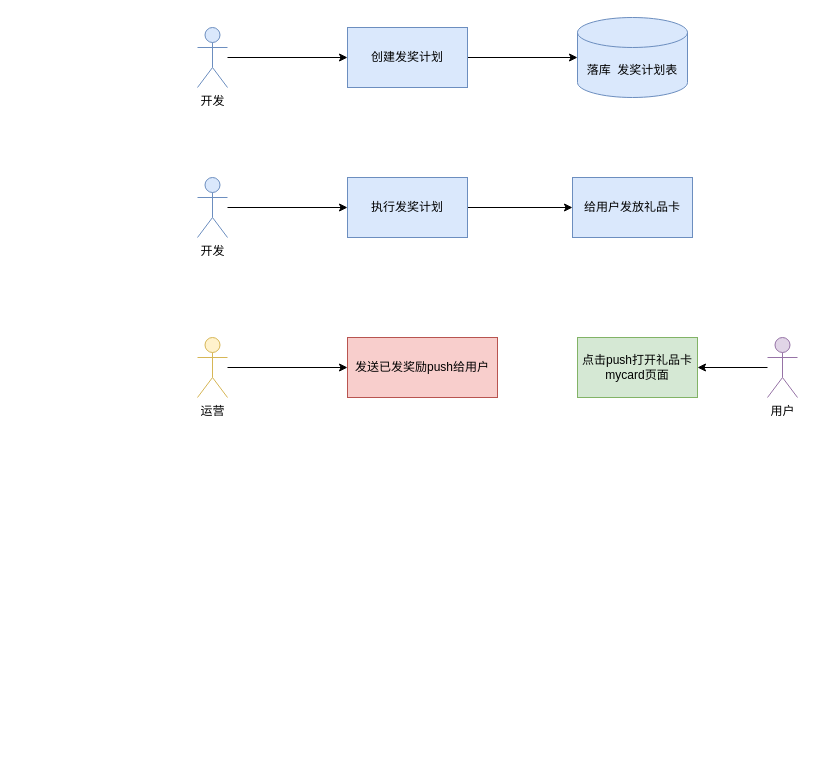
The draw.io diagram 母亲节发奖.drawio in jichuanwang/learning, before the edit. Source tidied: cells renumbered, new cells numbered last; positions are measured from the earlier drawing's top-left corner, leaving out a move shared by most shapes. Both pictures are drawn from the tidied source at 100%, with x=0, y=0 at pixel (197, 17).
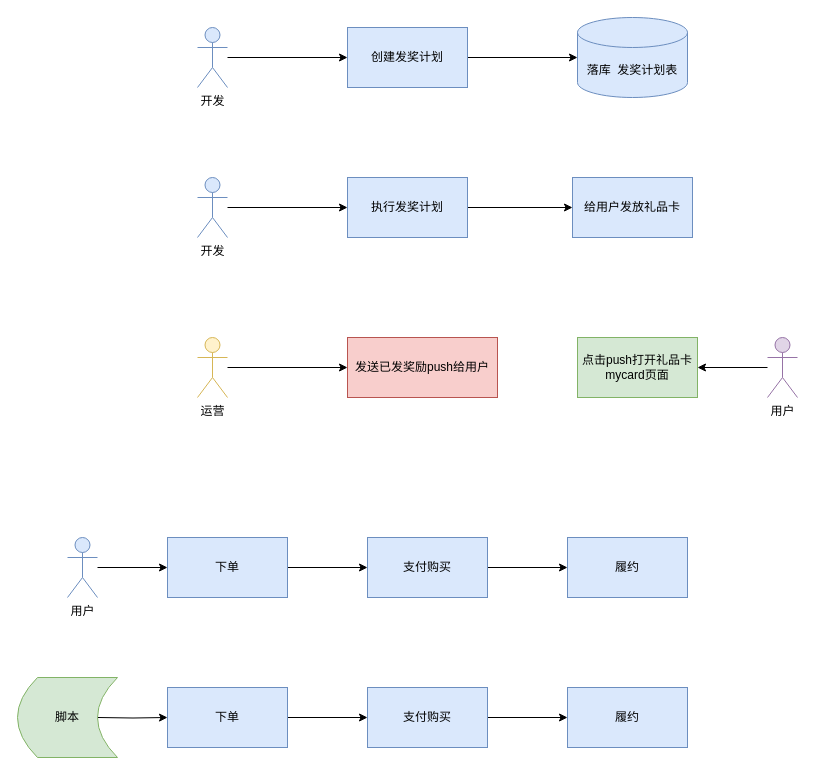
Above is the later version.

Commit message:
更新母亲节发奖.drawio

Diff of the diagram source:
```diff
@@
+    <mxCell id="18" style="edgeStyle=orthogonalEdgeStyle;rounded=0;jettySize=auto;html=1;" parent="1" edge="1" source="19" target="23">
+      <mxGeometry relative="1" as="geometry" />
+    </mxCell>
+    <mxCell id="19" value="下单" style="rounded=0;whiteSpace=wrap;html=1;fillColor=#dae8fc;strokeColor=#6c8ebf;" parent="1" vertex="1">
+      <mxGeometry x="-30" y="520" width="120" height="60" as="geometry" />
+    </mxCell>
+    <mxCell id="20" style="edgeStyle=orthogonalEdgeStyle;rounded=0;jettySize=auto;html=1;entryX=0;entryY=0.5;entryDx=0;entryDy=0;" parent="1" edge="1" source="21" target="19">
+      <mxGeometry relative="1" as="geometry" />
+    </mxCell>
+    <mxCell id="21" value="用户" style="shape=umlActor;verticalLabelPosition=bottom;verticalAlign=top;html=1;outlineConnect=0;fillColor=#dae8fc;strokeColor=#6c8ebf;" parent="1" vertex="1">
+      <mxGeometry x="-130" y="520" width="30" height="60" as="geometry" />
+    </mxCell>
+    <mxCell id="22" style="edgeStyle=orthogonalEdgeStyle;rounded=0;jettySize=auto;html=1;" parent="1" edge="1" source="23" target="24">
+      <mxGeometry relative="1" as="geometry" />
+    </mxCell>
+    <mxCell id="23" value="支付购买" style="whiteSpace=wrap;html=1;rounded=0;fillColor=#dae8fc;strokeColor=#6c8ebf;" parent="1" vertex="1">
+      <mxGeometry x="170" y="520" width="120" height="60" as="geometry" />
+    </mxCell>
+    <mxCell id="24" value="履约" style="whiteSpace=wrap;html=1;rounded=0;fillColor=#dae8fc;strokeColor=#6c8ebf;" parent="1" vertex="1">
+      <mxGeometry x="370" y="520" width="120" height="60" as="geometry" />
+    </mxCell>
+    <mxCell id="25" style="edgeStyle=orthogonalEdgeStyle;rounded=0;jettySize=auto;html=1;" parent="1" edge="1" source="26" target="29">
+      <mxGeometry relative="1" as="geometry" />
+    </mxCell>
+    <mxCell id="26" value="下单" style="rounded=0;whiteSpace=wrap;html=1;fillColor=#dae8fc;strokeColor=#6c8ebf;" parent="1" vertex="1">
+      <mxGeometry x="-30" y="670" width="120" height="60" as="geometry" />
+    </mxCell>
+    <mxCell id="27" style="edgeStyle=orthogonalEdgeStyle;rounded=0;jettySize=auto;html=1;entryX=0;entryY=0.5;entryDx=0;entryDy=0;" parent="1" edge="1" target="26">
+      <mxGeometry relative="1" as="geometry">
+        <mxPoint x="-100" y="700" as="sourcePoint" />
+      </mxGeometry>
+    </mxCell>
+    <mxCell id="28" style="edgeStyle=orthogonalEdgeStyle;rounded=0;jettySize=auto;html=1;" parent="1" edge="1" source="29" target="30">
+      <mxGeometry relative="1" as="geometry" />
+    </mxCell>
+    <mxCell id="29" value="支付购买" style="whiteSpace=wrap;html=1;rounded=0;fillColor=#dae8fc;strokeColor=#6c8ebf;" parent="1" vertex="1">
+      <mxGeometry x="170" y="670" width="120" height="60" as="geometry" />
+    </mxCell>
+    <mxCell id="30" value="履约" style="whiteSpace=wrap;html=1;rounded=0;fillColor=#dae8fc;strokeColor=#6c8ebf;" parent="1" vertex="1">
+      <mxGeometry x="370" y="670" width="120" height="60" as="geometry" />
+    </mxCell>
+    <mxCell id="31" value="脚本" style="shape=dataStorage;whiteSpace=wrap;html=1;fixedSize=1;fillColor=#d5e8d4;strokeColor=#82b366;" parent="1" vertex="1">
+      <mxGeometry x="-180" y="660" width="100" height="80" as="geometry" />
+    </mxCell>
```
